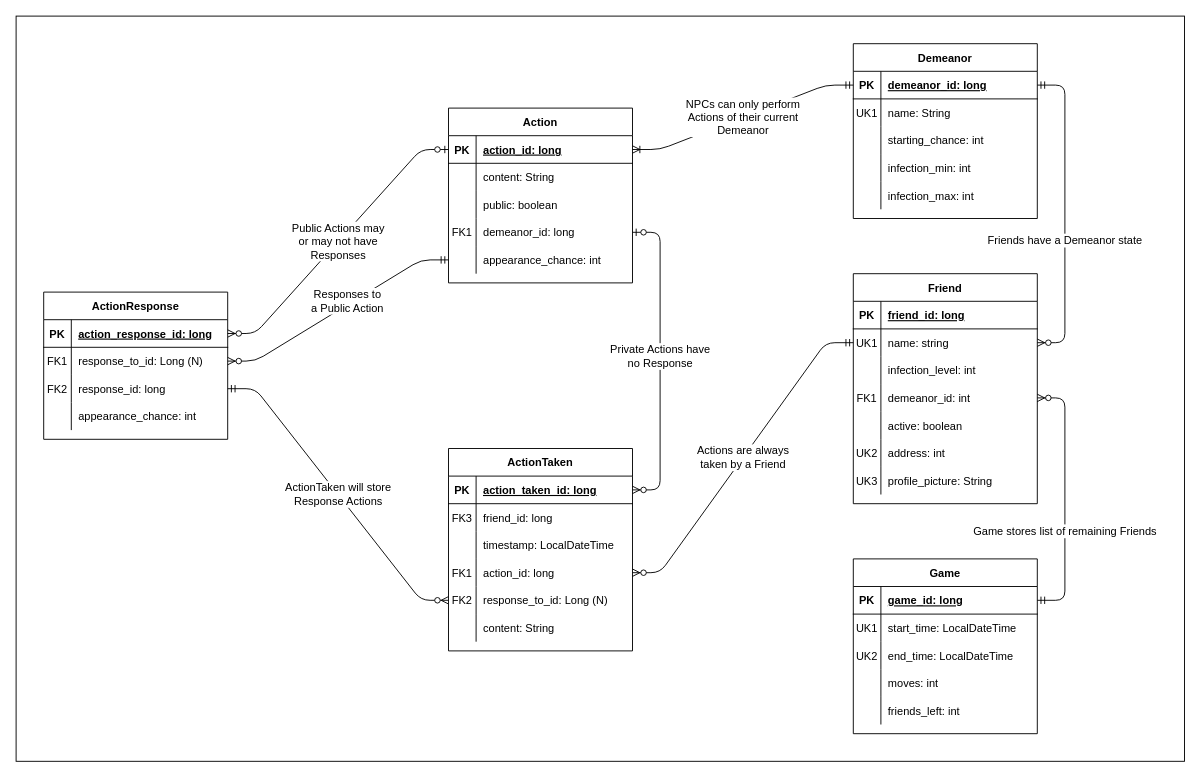
This is docs/work/erd.drawio from AugmenTab/viral, a draw.io file, before an edit. Source tidied: cells renumbered, new cells numbered last; positions are measured from the earlier drawing's top-left corner, leaving out a move shared by most shapes. Both pictures are drawn from the tidied source at 92%, with x=0, y=0 at pixel (16, 16).
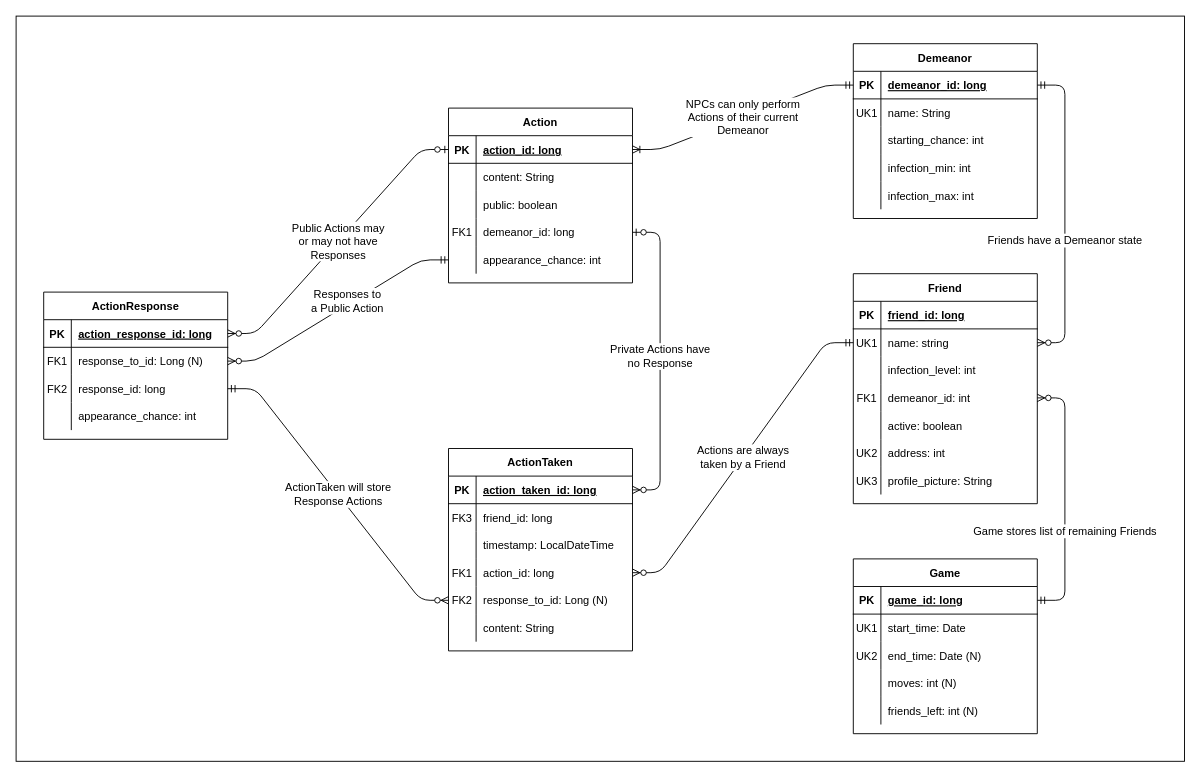
The same diagram, later.

Commit message (it also covers changes not shown here):
Updated ERD with new null attributes.

Unchanged cells that the change refers to:
```xml
<mxCell id="47" style="shape=partialRectangle;fillColor=none;top=0;left=0;bottom=0;right=0;" parent="43" vertex="1">
  <mxGeometry y="60" width="200" height="30" as="geometry" />
</mxCell>
<mxCell id="50" style="shape=partialRectangle;fillColor=none;top=0;left=0;bottom=0;right=0;" parent="43" vertex="1">
  <mxGeometry y="90" width="200" height="30" as="geometry" />
</mxCell>
<mxCell id="53" style="shape=partialRectangle;fillColor=none;top=0;left=0;bottom=0;right=0;" parent="43" vertex="1">
  <mxGeometry y="120" width="200" height="30" as="geometry" />
</mxCell>
<mxCell id="56" style="shape=partialRectangle;fillColor=none;top=0;left=0;bottom=0;right=0;" parent="43" vertex="1">
  <mxGeometry y="150" width="200" height="30" as="geometry" />
</mxCell>
```

The edit, as a diff of the source:
```diff
@@
-    <mxCell id="49" value="start_time: LocalDateTime" style="shape=partialRectangle;fillColor=none;top=0;left=0;bottom=0;right=0;align=left;spacingLeft=6;overflow=hidden;" parent="47" vertex="1">
+    <mxCell id="49" value="start_time: Date" style="shape=partialRectangle;fillColor=none;top=0;left=0;bottom=0;right=0;align=left;spacingLeft=6;overflow=hidden;" parent="47" vertex="1">
       <mxGeometry x="30" width="170" height="30" as="geometry" />
     </mxCell>
@@
-    <mxCell id="52" value="end_time: LocalDateTime" style="shape=partialRectangle;fillColor=none;top=0;left=0;bottom=0;right=0;align=left;spacingLeft=6;overflow=hidden;" parent="50" vertex="1">
+    <mxCell id="52" value="end_time: Date (N)" style="shape=partialRectangle;fillColor=none;top=0;left=0;bottom=0;right=0;align=left;spacingLeft=6;overflow=hidden;" parent="50" vertex="1">
       <mxGeometry x="30" width="170" height="30" as="geometry" />
     </mxCell>
@@
-    <mxCell id="55" value="moves: int" style="shape=partialRectangle;fillColor=none;top=0;left=0;bottom=0;right=0;align=left;spacingLeft=6;overflow=hidden;" parent="53" vertex="1">
+    <mxCell id="55" value="moves: int (N)" style="shape=partialRectangle;fillColor=none;top=0;left=0;bottom=0;right=0;align=left;spacingLeft=6;overflow=hidden;" parent="53" vertex="1">
       <mxGeometry x="30" width="170" height="30" as="geometry" />
     </mxCell>
@@
-    <mxCell id="58" value="friends_left: int" style="shape=partialRectangle;fillColor=none;top=0;left=0;bottom=0;right=0;align=left;spacingLeft=6;overflow=hidden;" parent="56" vertex="1">
+    <mxCell id="58" value="friends_left: int (N)" style="shape=partialRectangle;fillColor=none;top=0;left=0;bottom=0;right=0;align=left;spacingLeft=6;overflow=hidden;" parent="56" vertex="1">
       <mxGeometry x="30" width="170" height="30" as="geometry" />
     </mxCell>
```
